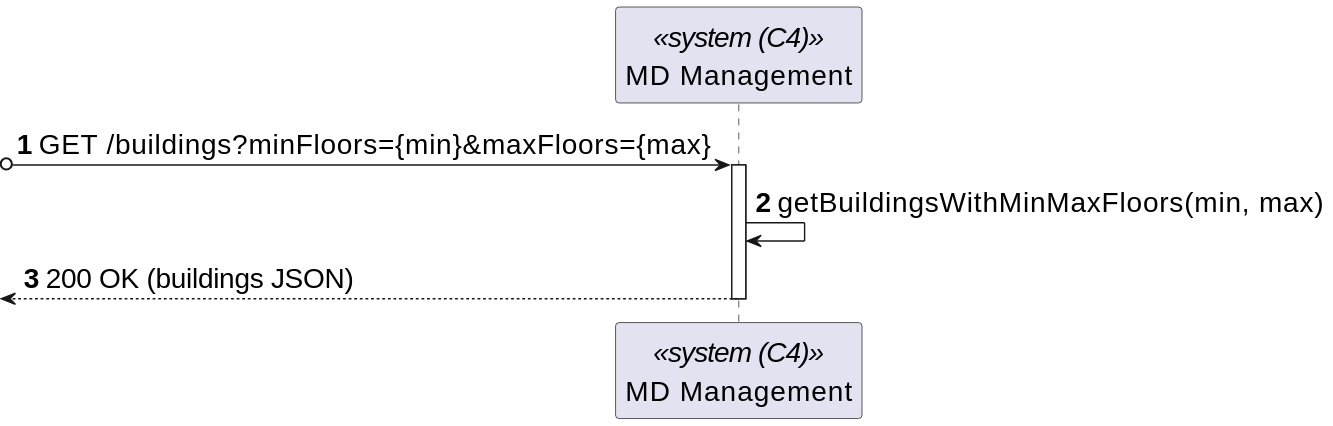
Earlier version of the PlantUML export _wiki/sprint-a/us04-180/views/level-2/assets/process-view.svg (miseEnPlace-dev/lapr5). The source it was exported from:
```plantuml
@startuml
skinparamlocked defaultFontSize 20
autonumber
participant SYS as "MD Management" <<system (C4)>>


?o-> SYS : GET /buildings?minFloors={min}&maxFloors={max}
activate SYS

SYS -> SYS : getBuildingsWithMinMaxFloors(min, max)
<-- SYS : 200 OK (buildings JSON)
deactivate SYS
@enduml
```
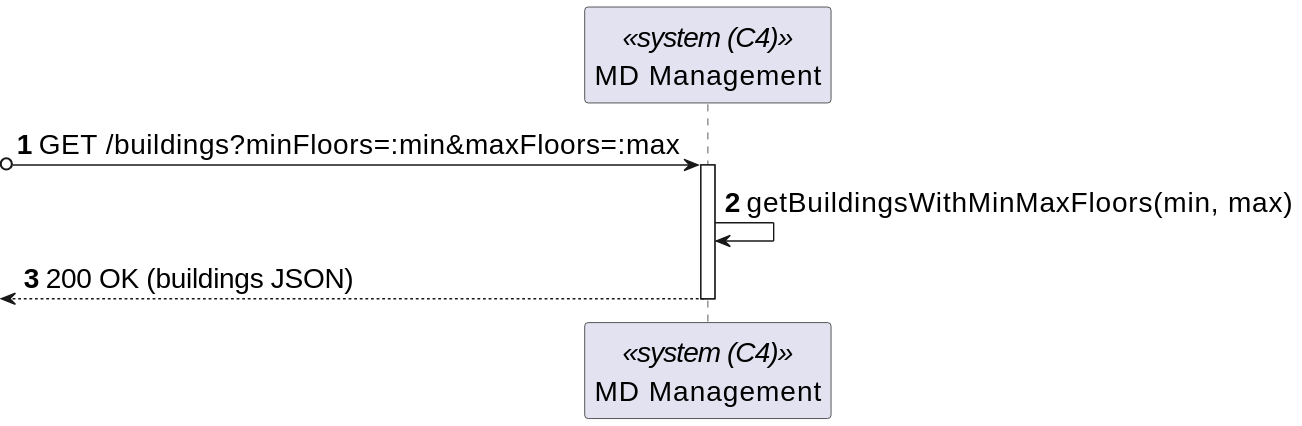
Later version of the same file.

Diff of the diagram source:
```diff
@@ -4,7 +4,7 @@
 participant SYS as "MD Management" <<system (C4)>>
 
 
-?o-> SYS : GET /buildings?minFloors={min}&maxFloors={max}
+?o-> SYS : GET /buildings?minFloors=:min&maxFloors=:max
 activate SYS
 
 SYS -> SYS : getBuildingsWithMinMaxFloors(min, max)
```
